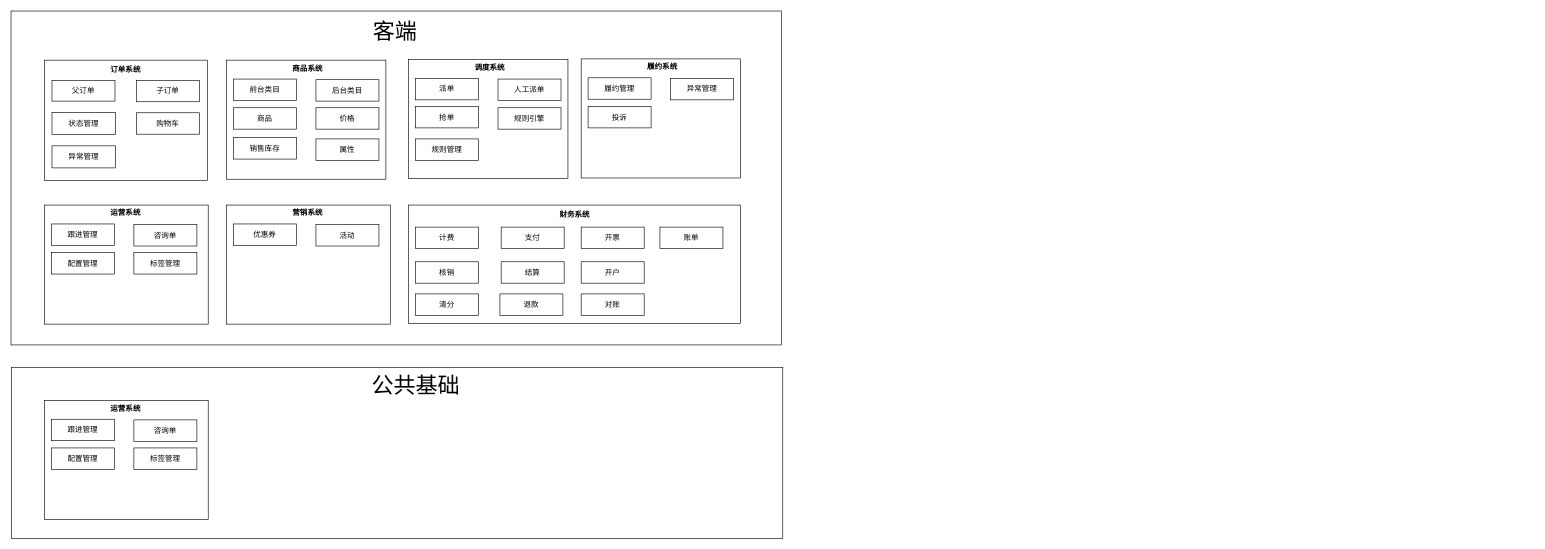
Before: docs/all_app.drawio in lokiworks/codebase, a draw.io diagram. Source tidied: cells renumbered, new cells numbered last; positions are measured from the earlier drawing's top-left corner, leaving out a move shared by most shapes. Both pictures are drawn from the tidied source at 63%, with x=0, y=0 at pixel (11, 11).
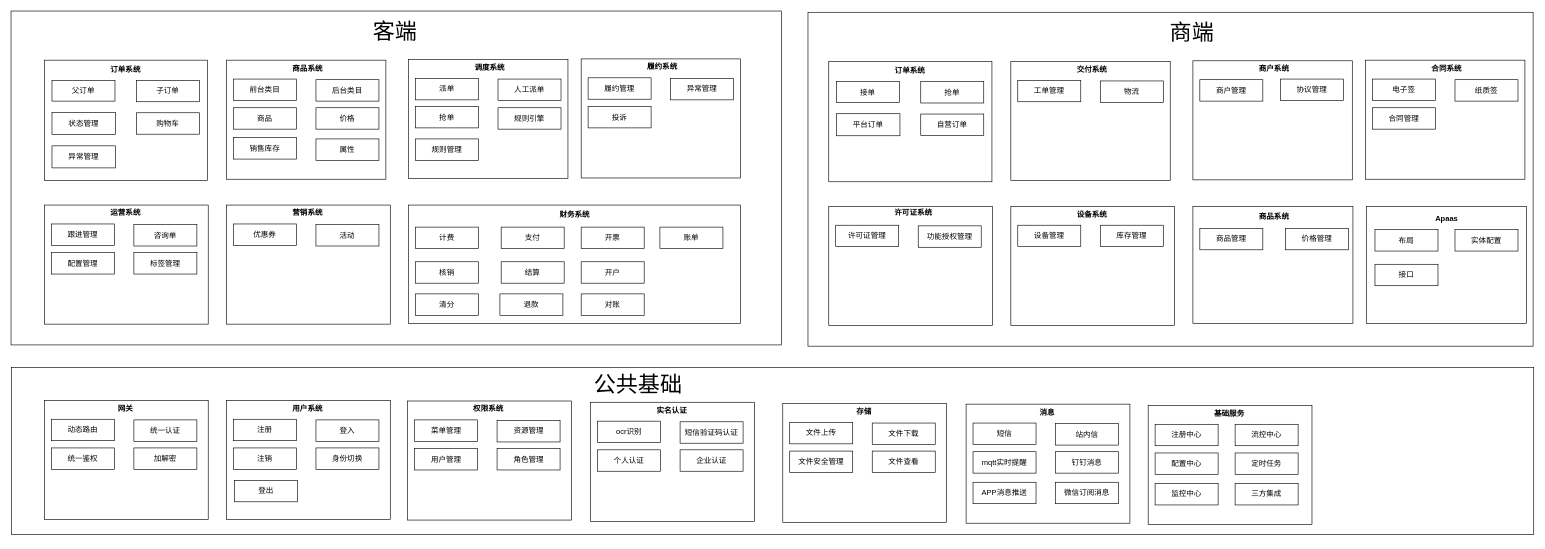
The same diagram, later.

The edit, as a diff of the source:
```diff
@@
     <mxCell id="4" style="rounded=0;whiteSpace=wrap;html=1;" parent="1" vertex="1">
-      <mxGeometry x="1" y="566" width="1224" height="271" as="geometry" />
+      <mxGeometry x="1" y="566" width="2416" height="265" as="geometry" />
     </mxCell>
@@
     <mxCell id="54" value="公共基础" style="text;html=1;strokeColor=none;fillColor=none;align=center;verticalAlign=middle;whiteSpace=wrap;rounded=0;fontSize=35;" parent="1" vertex="1">
-      <mxGeometry x="525" y="572" width="235" height="44" as="geometry" />
+      <mxGeometry x="878" y="570" width="235" height="44" as="geometry" />
     </mxCell>
@@
-    <mxCell id="56" value="运营系统" style="text;html=1;strokeColor=none;fillColor=none;align=center;verticalAlign=middle;whiteSpace=wrap;rounded=0;fontStyle=1;" parent="1" vertex="1">
+    <mxCell id="56" value="网关" style="text;html=1;strokeColor=none;fillColor=none;align=center;verticalAlign=middle;whiteSpace=wrap;rounded=0;fontStyle=1;" parent="1" vertex="1">
       <mxGeometry x="151.5" y="616" width="60" height="30" as="geometry" />
     </mxCell>
-    <mxCell id="57" value="跟进管理" style="rounded=0;whiteSpace=wrap;html=1;" parent="1" vertex="1">
+    <mxCell id="57" value="动态路由" style="rounded=0;whiteSpace=wrap;html=1;" parent="1" vertex="1">
       <mxGeometry x="64" y="648" width="100" height="34" as="geometry" />
     </mxCell>
-    <mxCell id="58" value="咨询单" style="rounded=0;whiteSpace=wrap;html=1;" parent="1" vertex="1">
+    <mxCell id="58" value="统一认证" style="rounded=0;whiteSpace=wrap;html=1;" parent="1" vertex="1">
       <mxGeometry x="195" y="649" width="100" height="34" as="geometry" />
     </mxCell>
-    <mxCell id="59" value="配置管理" style="rounded=0;whiteSpace=wrap;html=1;" parent="1" vertex="1">
+    <mxCell id="59" value="统一鉴权" style="rounded=0;whiteSpace=wrap;html=1;" parent="1" vertex="1">
       <mxGeometry x="64" y="693.5" width="100" height="34" as="geometry" />
     </mxCell>
-    <mxCell id="60" value="标签管理" style="rounded=0;whiteSpace=wrap;html=1;" parent="1" vertex="1">
+    <mxCell id="60" value="加解密" style="rounded=0;whiteSpace=wrap;html=1;" parent="1" vertex="1">
       <mxGeometry x="195" y="693.5" width="100" height="34" as="geometry" />
     </mxCell>
+    <mxCell id="61" style="rounded=0;whiteSpace=wrap;html=1;" parent="1" vertex="1">
+      <mxGeometry x="342" y="618" width="260" height="189" as="geometry" />
+    </mxCell>
+    <mxCell id="62" value="用户系统" style="text;html=1;strokeColor=none;fillColor=none;align=center;verticalAlign=middle;whiteSpace=wrap;rounded=0;fontStyle=1;" parent="1" vertex="1">
+      <mxGeometry x="440.5" y="616" width="60" height="30" as="geometry" />
+    </mxCell>
+    <mxCell id="63" value="注册" style="rounded=0;whiteSpace=wrap;html=1;" parent="1" vertex="1">
+      <mxGeometry x="353" y="648" width="100" height="34" as="geometry" />
+    </mxCell>
+    <mxCell id="64" value="登入" style="rounded=0;whiteSpace=wrap;html=1;" parent="1" vertex="1">
+      <mxGeometry x="484" y="649" width="100" height="34" as="geometry" />
+    </mxCell>
+    <mxCell id="65" value="注销" style="rounded=0;whiteSpace=wrap;html=1;" parent="1" vertex="1">
+      <mxGeometry x="353" y="693.5" width="100" height="34" as="geometry" />
+    </mxCell>
+    <mxCell id="66" value="身份切换" style="rounded=0;whiteSpace=wrap;html=1;" parent="1" vertex="1">
+      <mxGeometry x="484" y="693.5" width="100" height="34" as="geometry" />
+    </mxCell>
+    <mxCell id="67" value="登出" style="rounded=0;whiteSpace=wrap;html=1;" parent="1" vertex="1">
+      <mxGeometry x="355" y="745" width="100" height="34" as="geometry" />
+    </mxCell>
+    <mxCell id="68" style="rounded=0;whiteSpace=wrap;html=1;" parent="1" vertex="1">
+      <mxGeometry x="629.5" y="619" width="260" height="189" as="geometry" />
+    </mxCell>
+    <mxCell id="69" value="权限系统" style="text;html=1;strokeColor=none;fillColor=none;align=center;verticalAlign=middle;whiteSpace=wrap;rounded=0;fontStyle=1;" parent="1" vertex="1">
+      <mxGeometry x="728" y="617" width="60" height="30" as="geometry" />
+    </mxCell>
+    <mxCell id="70" value="菜单管理" style="rounded=0;whiteSpace=wrap;html=1;" parent="1" vertex="1">
+      <mxGeometry x="640.5" y="649" width="100" height="34" as="geometry" />
+    </mxCell>
+    <mxCell id="71" value="资源管理" style="rounded=0;whiteSpace=wrap;html=1;" parent="1" vertex="1">
+      <mxGeometry x="771.5" y="650" width="100" height="34" as="geometry" />
+    </mxCell>
+    <mxCell id="72" value="用户管理" style="rounded=0;whiteSpace=wrap;html=1;" parent="1" vertex="1">
+      <mxGeometry x="640.5" y="694.5" width="100" height="34" as="geometry" />
+    </mxCell>
+    <mxCell id="73" value="角色管理" style="rounded=0;whiteSpace=wrap;html=1;" parent="1" vertex="1">
+      <mxGeometry x="771.5" y="694.5" width="100" height="34" as="geometry" />
+    </mxCell>
+    <mxCell id="74" style="rounded=0;whiteSpace=wrap;html=1;" parent="1" vertex="1">
+      <mxGeometry x="920" y="621" width="260" height="189" as="geometry" />
+    </mxCell>
+    <mxCell id="75" value="实名认证" style="text;html=1;strokeColor=none;fillColor=none;align=center;verticalAlign=middle;whiteSpace=wrap;rounded=0;fontStyle=1;" parent="1" vertex="1">
+      <mxGeometry x="1018.5" y="619" width="60" height="30" as="geometry" />
+    </mxCell>
+    <mxCell id="76" value="ocr识别" style="rounded=0;whiteSpace=wrap;html=1;" parent="1" vertex="1">
+      <mxGeometry x="931" y="651" width="100" height="34" as="geometry" />
+    </mxCell>
+    <mxCell id="77" value="短信验证码认证" style="rounded=0;whiteSpace=wrap;html=1;" parent="1" vertex="1">
+      <mxGeometry x="1062" y="652" width="100" height="34" as="geometry" />
+    </mxCell>
+    <mxCell id="78" value="个人认证" style="rounded=0;whiteSpace=wrap;html=1;" parent="1" vertex="1">
+      <mxGeometry x="931" y="696.5" width="100" height="34" as="geometry" />
+    </mxCell>
+    <mxCell id="79" value="企业认证" style="rounded=0;whiteSpace=wrap;html=1;" parent="1" vertex="1">
+      <mxGeometry x="1062" y="696.5" width="100" height="34" as="geometry" />
+    </mxCell>
+    <mxCell id="80" style="rounded=0;whiteSpace=wrap;html=1;" parent="1" vertex="1">
+      <mxGeometry x="1225" y="623" width="260" height="189" as="geometry" />
+    </mxCell>
+    <mxCell id="81" value="存储" style="text;html=1;strokeColor=none;fillColor=none;align=center;verticalAlign=middle;whiteSpace=wrap;rounded=0;fontStyle=1;" parent="1" vertex="1">
+      <mxGeometry x="1323.5" y="621" width="60" height="30" as="geometry" />
+    </mxCell>
+    <mxCell id="82" value="文件上传" style="rounded=0;whiteSpace=wrap;html=1;" parent="1" vertex="1">
+      <mxGeometry x="1236" y="653" width="100" height="34" as="geometry" />
+    </mxCell>
+    <mxCell id="83" value="文件下载" style="rounded=0;whiteSpace=wrap;html=1;" parent="1" vertex="1">
+      <mxGeometry x="1367" y="654" width="100" height="34" as="geometry" />
+    </mxCell>
+    <mxCell id="84" value="文件安全管理" style="rounded=0;whiteSpace=wrap;html=1;" parent="1" vertex="1">
+      <mxGeometry x="1236" y="698.5" width="100" height="34" as="geometry" />
+    </mxCell>
+    <mxCell id="85" value="文件查看" style="rounded=0;whiteSpace=wrap;html=1;" parent="1" vertex="1">
+      <mxGeometry x="1367" y="698.5" width="100" height="34" as="geometry" />
+    </mxCell>
+    <mxCell id="86" style="rounded=0;whiteSpace=wrap;html=1;" parent="1" vertex="1">
+      <mxGeometry x="1516" y="624" width="260" height="189" as="geometry" />
+    </mxCell>
+    <mxCell id="87" value="消息" style="text;html=1;strokeColor=none;fillColor=none;align=center;verticalAlign=middle;whiteSpace=wrap;rounded=0;fontStyle=1;" parent="1" vertex="1">
+      <mxGeometry x="1614.5" y="622" width="60" height="30" as="geometry" />
+    </mxCell>
+    <mxCell id="88" value="短信" style="rounded=0;whiteSpace=wrap;html=1;" parent="1" vertex="1">
+      <mxGeometry x="1527" y="654" width="100" height="34" as="geometry" />
+    </mxCell>
+    <mxCell id="89" value="站内信" style="rounded=0;whiteSpace=wrap;html=1;" parent="1" vertex="1">
+      <mxGeometry x="1658" y="655" width="100" height="34" as="geometry" />
+    </mxCell>
+    <mxCell id="90" value="mqtt实时提醒" style="rounded=0;whiteSpace=wrap;html=1;" parent="1" vertex="1">
+      <mxGeometry x="1527" y="699.5" width="100" height="34" as="geometry" />
+    </mxCell>
+    <mxCell id="91" value="钉钉消息" style="rounded=0;whiteSpace=wrap;html=1;" parent="1" vertex="1">
+      <mxGeometry x="1658" y="699.5" width="100" height="34" as="geometry" />
+    </mxCell>
+    <mxCell id="92" value="APP消息推送" style="rounded=0;whiteSpace=wrap;html=1;" parent="1" vertex="1">
+      <mxGeometry x="1527" y="748" width="100" height="34" as="geometry" />
+    </mxCell>
+    <mxCell id="93" value="微信订阅消息" style="rounded=0;whiteSpace=wrap;html=1;" parent="1" vertex="1">
+      <mxGeometry x="1658" y="748" width="100" height="34" as="geometry" />
+    </mxCell>
+    <mxCell id="94" style="rounded=0;whiteSpace=wrap;html=1;" parent="1" vertex="1">
+      <mxGeometry x="1805" y="626" width="260" height="189" as="geometry" />
+    </mxCell>
+    <mxCell id="95" value="基础服务" style="text;html=1;strokeColor=none;fillColor=none;align=center;verticalAlign=middle;whiteSpace=wrap;rounded=0;fontStyle=1;" parent="1" vertex="1">
+      <mxGeometry x="1903.5" y="624" width="60" height="30" as="geometry" />
+    </mxCell>
+    <mxCell id="96" value="注册中心" style="rounded=0;whiteSpace=wrap;html=1;" parent="1" vertex="1">
+      <mxGeometry x="1816" y="656" width="100" height="34" as="geometry" />
+    </mxCell>
+    <mxCell id="97" value="配置中心" style="rounded=0;whiteSpace=wrap;html=1;" parent="1" vertex="1">
+      <mxGeometry x="1816" y="701.5" width="100" height="34" as="geometry" />
+    </mxCell>
+    <mxCell id="98" value="监控中心" style="rounded=0;whiteSpace=wrap;html=1;" parent="1" vertex="1">
+      <mxGeometry x="1816" y="750" width="100" height="34" as="geometry" />
+    </mxCell>
+    <mxCell id="99" value="流控中心" style="rounded=0;whiteSpace=wrap;html=1;" parent="1" vertex="1">
+      <mxGeometry x="1943" y="656" width="100" height="34" as="geometry" />
+    </mxCell>
+    <mxCell id="100" value="定时任务" style="rounded=0;whiteSpace=wrap;html=1;" parent="1" vertex="1">
+      <mxGeometry x="1943" y="701.5" width="100" height="34" as="geometry" />
+    </mxCell>
+    <mxCell id="101" value="三方集成" style="rounded=0;whiteSpace=wrap;html=1;" parent="1" vertex="1">
+      <mxGeometry x="1943" y="750" width="100" height="34" as="geometry" />
+    </mxCell>
+    <mxCell id="102" style="rounded=0;whiteSpace=wrap;html=1;" parent="1" vertex="1">
+      <mxGeometry x="1265" y="2" width="1151" height="530" as="geometry" />
+    </mxCell>
+    <mxCell id="103" style="rounded=0;whiteSpace=wrap;html=1;" parent="1" vertex="1">
+      <mxGeometry x="1298" y="80" width="259" height="191" as="geometry" />
+    </mxCell>
+    <mxCell id="104" value="订单系统" style="text;html=1;strokeColor=none;fillColor=none;align=center;verticalAlign=middle;whiteSpace=wrap;rounded=0;fontStyle=1;" parent="1" vertex="1">
+      <mxGeometry x="1396.5" y="80" width="60" height="30" as="geometry" />
+    </mxCell>
+    <mxCell id="105" value="接单" style="rounded=0;whiteSpace=wrap;html=1;" parent="1" vertex="1">
+      <mxGeometry x="1310" y="112" width="100" height="33" as="geometry" />
+    </mxCell>
+    <mxCell id="106" value="抢单" style="rounded=0;whiteSpace=wrap;html=1;" parent="1" vertex="1">
+      <mxGeometry x="1444" y="112" width="100" height="34" as="geometry" />
+    </mxCell>
+    <mxCell id="107" value="自营订单" style="rounded=0;whiteSpace=wrap;html=1;" parent="1" vertex="1">
+      <mxGeometry x="1444" y="163.5" width="100" height="34" as="geometry" />
+    </mxCell>
+    <mxCell id="108" value="平台订单" style="rounded=0;whiteSpace=wrap;html=1;" parent="1" vertex="1">
+      <mxGeometry x="1310" y="163" width="101" height="35" as="geometry" />
+    </mxCell>
+    <mxCell id="109" style="rounded=0;whiteSpace=wrap;html=1;" parent="1" vertex="1">
+      <mxGeometry x="1587" y="80" width="253" height="189" as="geometry" />
+    </mxCell>
+    <mxCell id="110" value="交付系统" style="text;html=1;strokeColor=none;fillColor=none;align=center;verticalAlign=middle;whiteSpace=wrap;rounded=0;fontStyle=1;" parent="1" vertex="1">
+      <mxGeometry x="1685.5" y="78" width="60" height="30" as="geometry" />
+    </mxCell>
+    <mxCell id="111" value="工单管理" style="rounded=0;whiteSpace=wrap;html=1;" parent="1" vertex="1">
+      <mxGeometry x="1598" y="110" width="100" height="34" as="geometry" />
+    </mxCell>
+    <mxCell id="112" value="物流" style="rounded=0;whiteSpace=wrap;html=1;" parent="1" vertex="1">
+      <mxGeometry x="1729" y="111" width="100" height="34" as="geometry" />
+    </mxCell>
+    <mxCell id="113" style="rounded=0;whiteSpace=wrap;html=1;" parent="1" vertex="1">
+      <mxGeometry x="1876" y="79" width="253" height="189" as="geometry" />
+    </mxCell>
+    <mxCell id="114" value="商户系统" style="text;html=1;strokeColor=none;fillColor=none;align=center;verticalAlign=middle;whiteSpace=wrap;rounded=0;fontStyle=1;" parent="1" vertex="1">
+      <mxGeometry x="1974.5" y="77" width="60" height="30" as="geometry" />
+    </mxCell>
+    <mxCell id="115" value="商户管理" style="rounded=0;whiteSpace=wrap;html=1;" parent="1" vertex="1">
+      <mxGeometry x="1887" y="109" width="100" height="34" as="geometry" />
+    </mxCell>
+    <mxCell id="116" style="rounded=0;whiteSpace=wrap;html=1;" parent="1" vertex="1">
+      <mxGeometry x="2150" y="78" width="253" height="189" as="geometry" />
+    </mxCell>
+    <mxCell id="117" value="合同系统" style="text;html=1;strokeColor=none;fillColor=none;align=center;verticalAlign=middle;whiteSpace=wrap;rounded=0;fontStyle=1;" parent="1" vertex="1">
+      <mxGeometry x="2248.5" y="76" width="60" height="30" as="geometry" />
+    </mxCell>
+    <mxCell id="118" value="电子签" style="rounded=0;whiteSpace=wrap;html=1;" parent="1" vertex="1">
+      <mxGeometry x="2161" y="108" width="100" height="34" as="geometry" />
+    </mxCell>
+    <mxCell id="119" value="纸质签" style="rounded=0;whiteSpace=wrap;html=1;" parent="1" vertex="1">
+      <mxGeometry x="2292" y="109" width="100" height="34" as="geometry" />
+    </mxCell>
+    <mxCell id="120" value="合同管理" style="rounded=0;whiteSpace=wrap;html=1;" parent="1" vertex="1">
+      <mxGeometry x="2161" y="153.5" width="100" height="34" as="geometry" />
+    </mxCell>
+    <mxCell id="121" value="协议管理" style="rounded=0;whiteSpace=wrap;html=1;" parent="1" vertex="1">
+      <mxGeometry x="2015" y="108" width="100" height="34" as="geometry" />
+    </mxCell>
+    <mxCell id="122" style="rounded=0;whiteSpace=wrap;html=1;" parent="1" vertex="1">
+      <mxGeometry x="1298" y="310" width="260" height="189" as="geometry" />
+    </mxCell>
+    <mxCell id="123" value="许可证系统" style="text;html=1;strokeColor=none;fillColor=none;align=center;verticalAlign=middle;whiteSpace=wrap;rounded=0;fontStyle=1;" parent="1" vertex="1">
+      <mxGeometry x="1396.5" y="308" width="70.5" height="25" as="geometry" />
+    </mxCell>
+    <mxCell id="124" value="许可证管理" style="rounded=0;whiteSpace=wrap;html=1;" parent="1" vertex="1">
+      <mxGeometry x="1309" y="340" width="100" height="34" as="geometry" />
+    </mxCell>
+    <mxCell id="125" value="功能授权管理" style="rounded=0;whiteSpace=wrap;html=1;" parent="1" vertex="1">
+      <mxGeometry x="1440" y="341" width="100" height="34" as="geometry" />
+    </mxCell>
+    <mxCell id="126" style="rounded=0;whiteSpace=wrap;html=1;" parent="1" vertex="1">
+      <mxGeometry x="1587" y="310" width="260" height="189" as="geometry" />
+    </mxCell>
+    <mxCell id="127" value="设备系统" style="text;html=1;strokeColor=none;fillColor=none;align=center;verticalAlign=middle;whiteSpace=wrap;rounded=0;fontStyle=1;" parent="1" vertex="1">
+      <mxGeometry x="1685.5" y="308" width="60" height="30" as="geometry" />
+    </mxCell>
+    <mxCell id="128" value="设备管理" style="rounded=0;whiteSpace=wrap;html=1;" parent="1" vertex="1">
+      <mxGeometry x="1598" y="340" width="100" height="34" as="geometry" />
+    </mxCell>
+    <mxCell id="129" style="rounded=0;whiteSpace=wrap;html=1;" parent="1" vertex="1">
+      <mxGeometry x="1876" y="310" width="254" height="186" as="geometry" />
+    </mxCell>
+    <mxCell id="130" value="商品系统" style="text;html=1;strokeColor=none;fillColor=none;align=center;verticalAlign=middle;whiteSpace=wrap;rounded=0;fontStyle=1;" parent="1" vertex="1">
+      <mxGeometry x="1974.5" y="311" width="60" height="30" as="geometry" />
+    </mxCell>
+    <mxCell id="131" value="商品管理" style="rounded=0;whiteSpace=wrap;html=1;" parent="1" vertex="1">
+      <mxGeometry x="1887" y="345" width="100" height="34" as="geometry" />
+    </mxCell>
+    <mxCell id="132" value="价格管理" style="rounded=0;whiteSpace=wrap;html=1;" parent="1" vertex="1">
+      <mxGeometry x="2023" y="345" width="100" height="34" as="geometry" />
+    </mxCell>
+    <mxCell id="133" value="商端" style="text;html=1;strokeColor=none;fillColor=none;align=center;verticalAlign=middle;whiteSpace=wrap;rounded=0;fontSize=35;" parent="1" vertex="1">
+      <mxGeometry x="1763" y="17" width="223" height="34" as="geometry" />
+    </mxCell>
+    <mxCell id="134" value="库存管理" style="rounded=0;whiteSpace=wrap;html=1;" parent="1" vertex="1">
+      <mxGeometry x="1729" y="340" width="100" height="34" as="geometry" />
+    </mxCell>
+    <mxCell id="135" style="rounded=0;whiteSpace=wrap;html=1;" parent="1" vertex="1">
+      <mxGeometry x="2151.5" y="310" width="254" height="186" as="geometry" />
+    </mxCell>
+    <mxCell id="136" value="Apaas" style="text;html=1;strokeColor=none;fillColor=none;align=center;verticalAlign=middle;whiteSpace=wrap;rounded=0;fontStyle=1;" parent="1" vertex="1">
+      <mxGeometry x="2248.5" y="315" width="60" height="30" as="geometry" />
+    </mxCell>
+    <mxCell id="137" value="布局" style="rounded=0;whiteSpace=wrap;html=1;" parent="1" vertex="1">
+      <mxGeometry x="2165" y="347" width="100" height="34" as="geometry" />
+    </mxCell>
+    <mxCell id="138" value="实体配置" style="rounded=0;whiteSpace=wrap;html=1;" parent="1" vertex="1">
+      <mxGeometry x="2292" y="347" width="100" height="34" as="geometry" />
+    </mxCell>
+    <mxCell id="139" value="接口" style="rounded=0;whiteSpace=wrap;html=1;" parent="1" vertex="1">
+      <mxGeometry x="2165" y="402" width="100" height="34" as="geometry" />
+    </mxCell>
```
